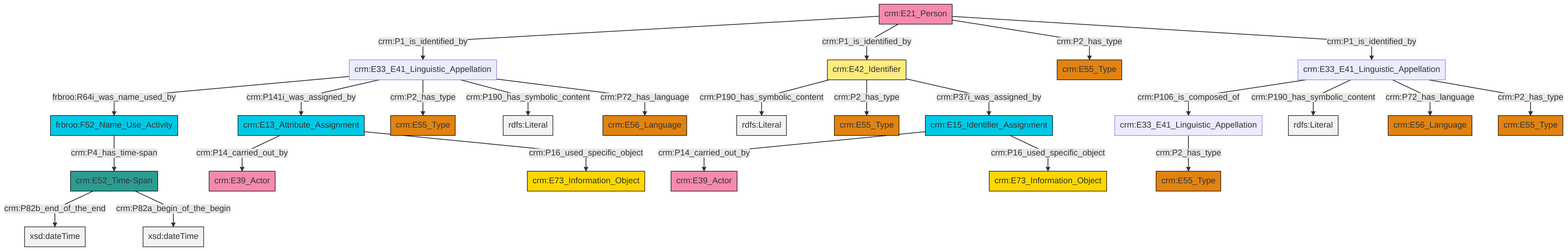
The Mermaid diagram et/personCSV/ttl/mmd/png/Person_Names_and_Classification.png in swiss-art-research-net/docs.swissartresearch, before a commit. Its source is kept beside it as et/personCSV/ttl/mmd/Person_Names_and_Classification.ttl.mmd.
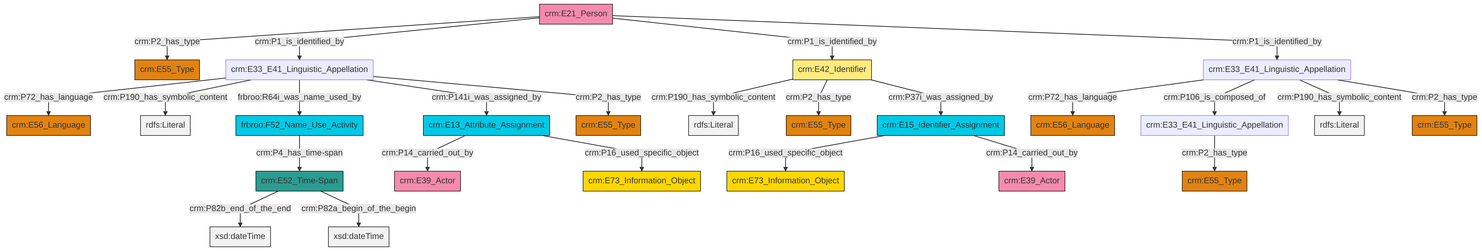
Above is the later version.

Diff of the diagram source:
```diff
@@ -13,27 +13,27 @@
 classDef PC_Classes fill:#4ce600, stroke:#000000;
 classDef Multi fill:#cccccc,stroke:#000000;
 
+0["crm:E33_E41_Linguistic_Appellation"]:::Default -->|crm:P72_has_language| 1["crm:E56_Language"]:::Type
+2["crm:E21_Person"]:::Actor -->|crm:P2_has_type| 6["crm:E55_Type"]:::Type
+9["crm:E42_Identifier"]:::Appellation -->|crm:P190_has_symbolic_content| 10[rdfs:Literal]:::Literal
+11["frbroo:F52_Name_Use_Activity"]:::Temporal_Entity -->|crm:P4_has_time-span| 12["crm:E52_Time-Span"]:::Time-Span
+15["crm:E13_Attribute_Assignment"]:::Temporal_Entity -->|crm:P14_carried_out_by| 13["crm:E39_Actor"]:::Actor
+2["crm:E21_Person"]:::Actor -->|crm:P1_is_identified_by| 16["crm:E33_E41_Linguistic_Appellation"]:::Default
+12["crm:E52_Time-Span"]:::Time-Span -->|crm:P82b_end_of_the_end| 17[xsd:dateTime]:::Literal
+16["crm:E33_E41_Linguistic_Appellation"]:::Default -->|crm:P72_has_language| 18["crm:E56_Language"]:::Type
+12["crm:E52_Time-Span"]:::Time-Span -->|crm:P82a_begin_of_the_begin| 19[xsd:dateTime]:::Literal
+16["crm:E33_E41_Linguistic_Appellation"]:::Default -->|crm:P190_has_symbolic_content| 20[rdfs:Literal]:::Literal
+0["crm:E33_E41_Linguistic_Appellation"]:::Default -->|crm:P106_is_composed_of| 25["crm:E33_E41_Linguistic_Appellation"]:::Default
+16["crm:E33_E41_Linguistic_Appellation"]:::Default -->|frbroo:R64i_was_name_used_by| 11["frbroo:F52_Name_Use_Activity"]:::Temporal_Entity
+25["crm:E33_E41_Linguistic_Appellation"]:::Default -->|crm:P2_has_type| 28["crm:E55_Type"]:::Type
+7["crm:E15_Identifier_Assignment"]:::Temporal_Entity -->|crm:P16_used_specific_object| 29["crm:E73_Information_Object"]:::Conceptual_Object
+16["crm:E33_E41_Linguistic_Appellation"]:::Default -->|crm:P141i_was_assigned_by| 15["crm:E13_Attribute_Assignment"]:::Temporal_Entity
+9["crm:E42_Identifier"]:::Appellation -->|crm:P2_has_type| 34["crm:E55_Type"]:::Type
+2["crm:E21_Person"]:::Actor -->|crm:P1_is_identified_by| 9["crm:E42_Identifier"]:::Appellation
+0["crm:E33_E41_Linguistic_Appellation"]:::Default -->|crm:P190_has_symbolic_content| 35[rdfs:Literal]:::Literal
+9["crm:E42_Identifier"]:::Appellation -->|crm:P37i_was_assigned_by| 7["crm:E15_Identifier_Assignment"]:::Temporal_Entity
+16["crm:E33_E41_Linguistic_Appellation"]:::Default -->|crm:P2_has_type| 32["crm:E55_Type"]:::Type
+7["crm:E15_Identifier_Assignment"]:::Temporal_Entity -->|crm:P14_carried_out_by| 4["crm:E39_Actor"]:::Actor
+15["crm:E13_Attribute_Assignment"]:::Temporal_Entity -->|crm:P16_used_specific_object| 43["crm:E73_Information_Object"]:::Conceptual_Object
+0["crm:E33_E41_Linguistic_Appellation"]:::Default -->|crm:P2_has_type| 22["crm:E55_Type"]:::Type
 2["crm:E21_Person"]:::Actor -->|crm:P1_is_identified_by| 0["crm:E33_E41_Linguistic_Appellation"]:::Default
-0["crm:E33_E41_Linguistic_Appellation"]:::Default -->|frbroo:R64i_was_name_used_by| 8["frbroo:F52_Name_Use_Activity"]:::Temporal_Entity
-0["crm:E33_E41_Linguistic_Appellation"]:::Default -->|crm:P141i_was_assigned_by| 9["crm:E13_Attribute_Assignment"]:::Temporal_Entity
-2["crm:E21_Person"]:::Actor -->|crm:P1_is_identified_by| 10["crm:E42_Identifier"]:::Appellation
-0["crm:E33_E41_Linguistic_Appellation"]:::Default -->|crm:P2_has_type| 11["crm:E55_Type"]:::Type
-2["crm:E21_Person"]:::Actor -->|crm:P2_has_type| 16["crm:E55_Type"]:::Type
-9["crm:E13_Attribute_Assignment"]:::Temporal_Entity -->|crm:P14_carried_out_by| 17["crm:E39_Actor"]:::Actor
-2["crm:E21_Person"]:::Actor -->|crm:P1_is_identified_by| 20["crm:E33_E41_Linguistic_Appellation"]:::Default
-21["crm:E33_E41_Linguistic_Appellation"]:::Default -->|crm:P2_has_type| 22["crm:E55_Type"]:::Type
-23["crm:E15_Identifier_Assignment"]:::Temporal_Entity -->|crm:P14_carried_out_by| 24["crm:E39_Actor"]:::Actor
-8["frbroo:F52_Name_Use_Activity"]:::Temporal_Entity -->|crm:P4_has_time-span| 25["crm:E52_Time-Span"]:::Time-Span
-20["crm:E33_E41_Linguistic_Appellation"]:::Default -->|crm:P106_is_composed_of| 21["crm:E33_E41_Linguistic_Appellation"]:::Default
-10["crm:E42_Identifier"]:::Appellation -->|crm:P190_has_symbolic_content| 27[rdfs:Literal]:::Literal
-23["crm:E15_Identifier_Assignment"]:::Temporal_Entity -->|crm:P16_used_specific_object| 6["crm:E73_Information_Object"]:::Conceptual_Object
-0["crm:E33_E41_Linguistic_Appellation"]:::Default -->|crm:P190_has_symbolic_content| 30[rdfs:Literal]:::Literal
-25["crm:E52_Time-Span"]:::Time-Span -->|crm:P82b_end_of_the_end| 31[xsd:dateTime]:::Literal
-9["crm:E13_Attribute_Assignment"]:::Temporal_Entity -->|crm:P16_used_specific_object| 4["crm:E73_Information_Object"]:::Conceptual_Object
-20["crm:E33_E41_Linguistic_Appellation"]:::Default -->|crm:P190_has_symbolic_content| 34[rdfs:Literal]:::Literal
-10["crm:E42_Identifier"]:::Appellation -->|crm:P2_has_type| 35["crm:E55_Type"]:::Type
-20["crm:E33_E41_Linguistic_Appellation"]:::Default -->|crm:P72_has_language| 18["crm:E56_Language"]:::Type
-25["crm:E52_Time-Span"]:::Time-Span -->|crm:P82a_begin_of_the_begin| 38[xsd:dateTime]:::Literal
-0["crm:E33_E41_Linguistic_Appellation"]:::Default -->|crm:P72_has_language| 40["crm:E56_Language"]:::Type
-20["crm:E33_E41_Linguistic_Appellation"]:::Default -->|crm:P2_has_type| 14["crm:E55_Type"]:::Type
-10["crm:E42_Identifier"]:::Appellation -->|crm:P37i_was_assigned_by| 23["crm:E15_Identifier_Assignment"]:::Temporal_Entity
```
